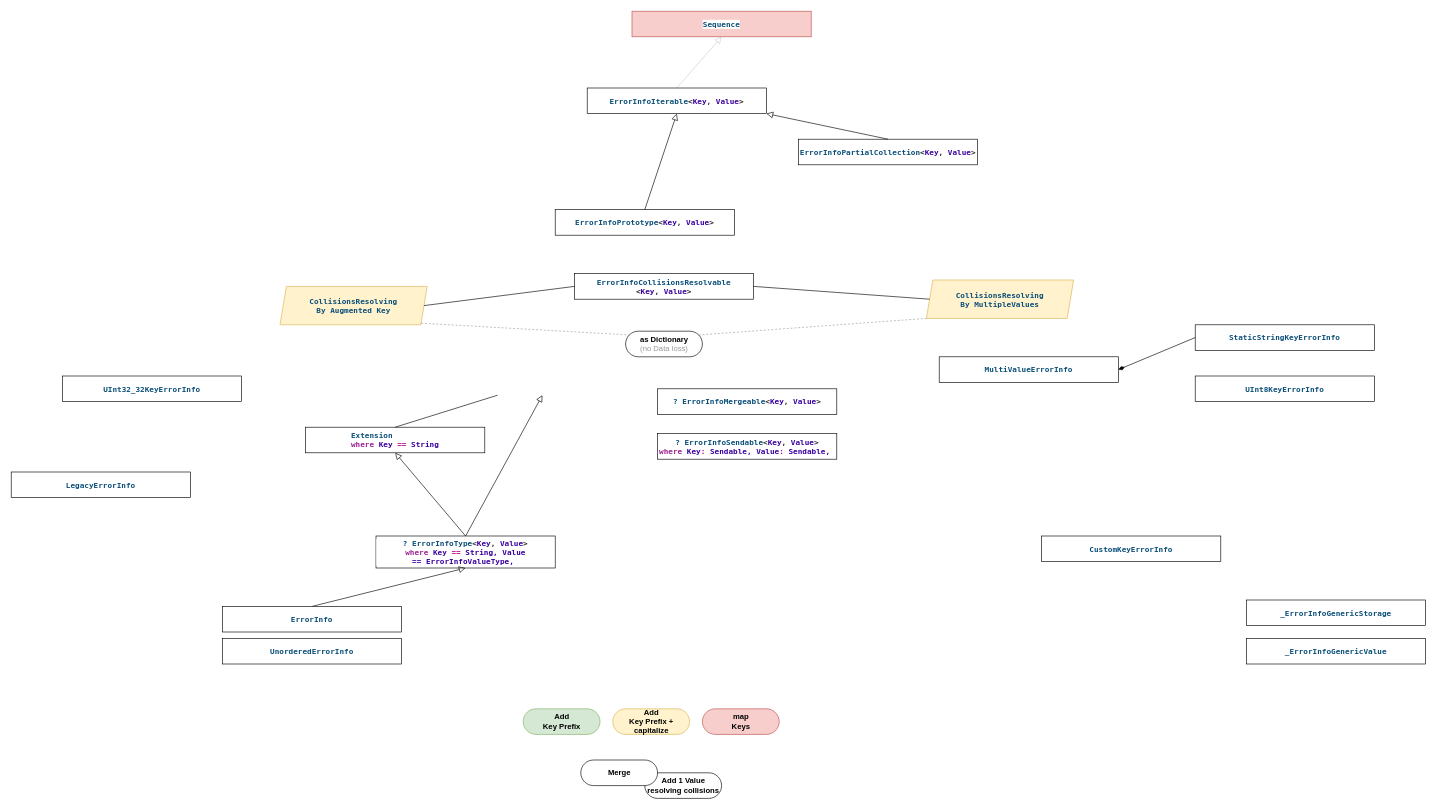
This is Sources/ErrorInfo/ErrorInfo.drawio from iDmitriyy/SwiftyKit, a draw.io file, before an edit. Source tidied: cells renumbered, new cells numbered last; positions are measured from the earlier drawing's top-left corner, leaving out a move shared by most shapes. Both pictures are drawn from the tidied source at 64%, with x=0, y=0 at pixel (11, 11).
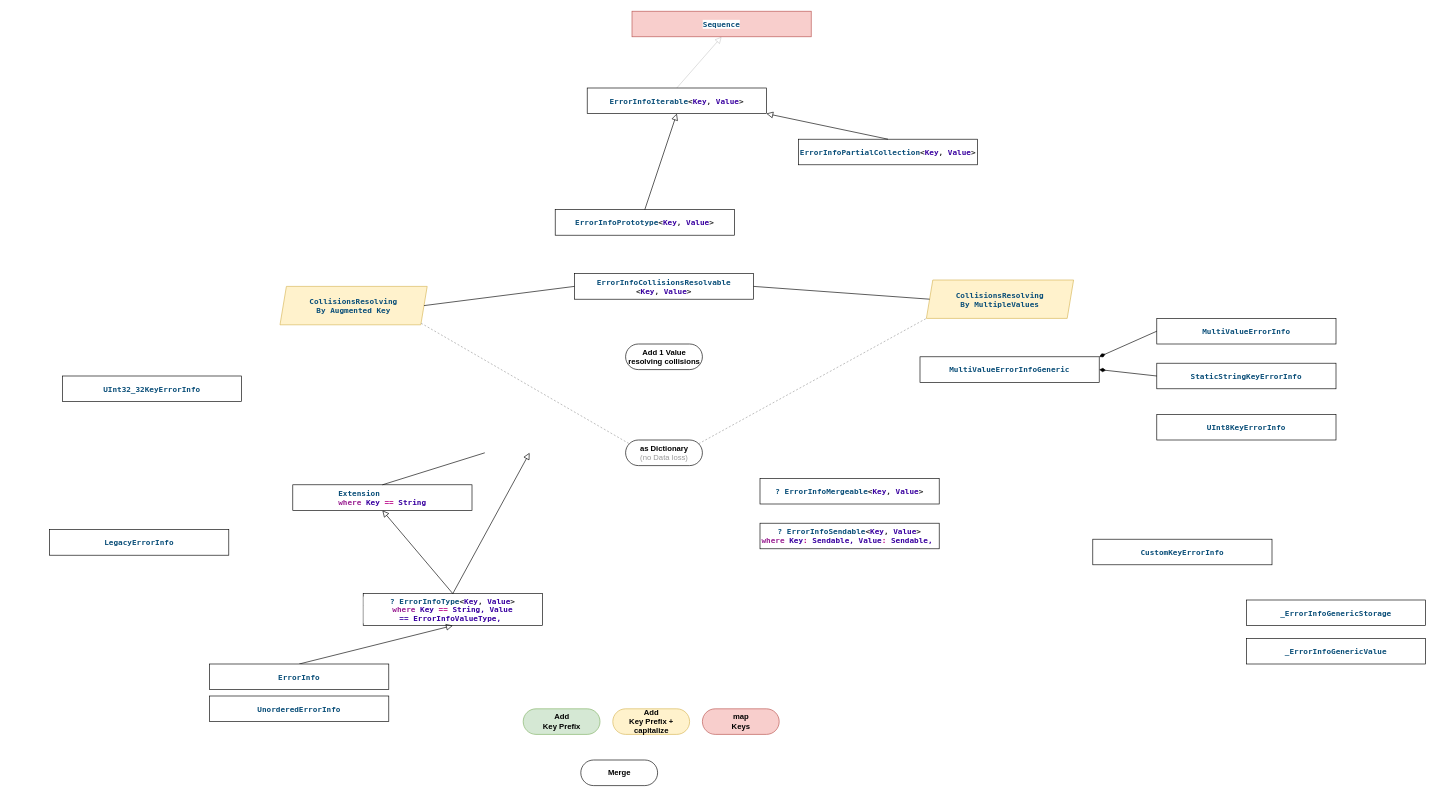
The same diagram, later.

What changed in the source:
```diff
@@
     <mxCell id="5" value="&lt;p class=&quot;p1&quot; style=&quot;margin: 0px; font-variant-numeric: normal; font-variant-east-asian: normal; font-variant-alternates: normal; font-size-adjust: none; font-kerning: auto; font-optical-sizing: auto; font-feature-settings: normal; font-variation-settings: normal; font-variant-position: normal; font-variant-emoji: normal; font-stretch: normal; line-height: normal; font-family: Menlo; color: rgb(11, 79, 121); background-color: rgb(255, 255, 255);&quot;&gt;? ErrorInfoSendable&lt;span class=&quot;s1&quot; style=&quot;color: rgba(0, 0, 0, 0.85);&quot;&gt;&amp;lt;&lt;/span&gt;&lt;span class=&quot;s2&quot; style=&quot;color: rgb(57, 0, 160);&quot;&gt;Key&lt;/span&gt;&lt;span class=&quot;s1&quot; style=&quot;color: rgba(0, 0, 0, 0.85);&quot;&gt;, &lt;/span&gt;&lt;span class=&quot;s2&quot; style=&quot;color: rgb(57, 0, 160);&quot;&gt;Value&lt;/span&gt;&lt;span class=&quot;s1&quot; style=&quot;color: rgba(0, 0, 0, 0.85);&quot;&gt;&amp;gt;&lt;/span&gt;&lt;/p&gt;&lt;p class=&quot;p1&quot; style=&quot;margin: 0px; font-variant-numeric: normal; font-variant-east-asian: normal; font-variant-alternates: normal; font-size-adjust: none; font-kerning: auto; font-optical-sizing: auto; font-feature-settings: normal; font-variation-settings: normal; font-variant-position: normal; font-variant-emoji: normal; font-stretch: normal; line-height: normal; font-family: Menlo; background-color: rgb(255, 255, 255); color: rgb(11, 79, 121);&quot;&gt;&lt;span class=&quot;s1&quot; style=&quot;color: rgba(0, 0, 0, 0.85);&quot;&gt;&lt;span style=&quot;color: rgb(155, 35, 147); text-align: start;&quot; class=&quot;s4&quot;&gt;where&lt;/span&gt;&lt;span style=&quot;color: rgba(0, 0, 0, 0.85); text-align: start;&quot; class=&quot;s1&quot;&gt;&amp;nbsp;&lt;/span&gt;&lt;span style=&quot;color: rgb(57, 0, 160); text-align: start;&quot; class=&quot;s2&quot;&gt;Key&lt;/span&gt;&lt;span style=&quot;text-align: start; color: rgba(0, 0, 0, 0.85);&quot; class=&quot;s1&quot;&gt;&lt;font color=&quot;rgba(0, 0, 0, 0.85)&quot;&gt;:&amp;nbsp;&lt;/font&gt;&lt;font color=&quot;#3900a0&quot;&gt;Sendable, Value&lt;/font&gt;&lt;/span&gt;&lt;/span&gt;&lt;span style=&quot;color: rgba(0, 0, 0, 0.85); text-align: start;&quot; class=&quot;s1&quot;&gt;&lt;font color=&quot;rgba(0, 0, 0, 0.85)&quot;&gt;:&amp;nbsp;&lt;/font&gt;&lt;font color=&quot;#3900a0&quot;&gt;Sendable,&amp;nbsp;&lt;/font&gt;&lt;/span&gt;&lt;/p&gt;" style="rounded=0;whiteSpace=wrap;html=1;fontStyle=1;align=center;" parent="1" vertex="1">
-      <mxGeometry x="1010" y="660" width="280" height="40" as="geometry" />
+      <mxGeometry x="1170" y="800" width="280" height="40" as="geometry" />
     </mxCell>
     <mxCell id="6" value="&lt;p class=&quot;p1&quot; style=&quot;margin: 0px; font-variant-numeric: normal; font-variant-east-asian: normal; font-variant-alternates: normal; font-size-adjust: none; font-kerning: auto; font-optical-sizing: auto; font-feature-settings: normal; font-variation-settings: normal; font-variant-position: normal; font-variant-emoji: normal; font-stretch: normal; line-height: normal; font-family: Menlo; color: rgb(11, 79, 121); background-color: rgb(255, 255, 255);&quot;&gt;? ErrorInfoType&lt;span class=&quot;s1&quot; style=&quot;color: rgba(0, 0, 0, 0.85);&quot;&gt;&amp;lt;&lt;/span&gt;&lt;span class=&quot;s2&quot; style=&quot;color: rgb(57, 0, 160);&quot;&gt;Key&lt;/span&gt;&lt;span class=&quot;s1&quot; style=&quot;color: rgba(0, 0, 0, 0.85);&quot;&gt;, &lt;/span&gt;&lt;span class=&quot;s2&quot; style=&quot;color: rgb(57, 0, 160);&quot;&gt;Value&lt;/span&gt;&lt;span class=&quot;s1&quot; style=&quot;color: rgba(0, 0, 0, 0.85);&quot;&gt;&amp;gt;&lt;/span&gt;&lt;/p&gt;&lt;p class=&quot;p1&quot; style=&quot;margin: 0px; font-variant-numeric: normal; font-variant-east-asian: normal; font-variant-alternates: normal; font-size-adjust: none; font-kerning: auto; font-optical-sizing: auto; font-feature-settings: normal; font-variation-settings: normal; font-variant-position: normal; font-variant-emoji: normal; font-stretch: normal; line-height: normal; font-family: Menlo; background-color: rgb(255, 255, 255); color: rgb(11, 79, 121);&quot;&gt;&lt;span class=&quot;s1&quot; style=&quot;color: rgba(0, 0, 0, 0.85);&quot;&gt;&lt;span style=&quot;color: rgb(155, 35, 147); text-align: start;&quot; class=&quot;s4&quot;&gt;where&lt;/span&gt;&lt;span style=&quot;color: rgba(0, 0, 0, 0.85); text-align: start;&quot; class=&quot;s1&quot;&gt;&amp;nbsp;&lt;/span&gt;&lt;span style=&quot;color: rgb(57, 0, 160); text-align: start;&quot; class=&quot;s2&quot;&gt;Key&lt;/span&gt;&lt;span style=&quot;text-align: start; color: rgb(57, 0, 160);&quot; class=&quot;s2&quot;&gt;&lt;font color=&quot;rgba(0, 0, 0, 0.85)&quot;&gt;&amp;nbsp;==&amp;nbsp;&lt;/font&gt;&lt;/span&gt;&lt;/span&gt;&lt;span style=&quot;color: rgb(57, 0, 160); text-align: start;&quot;&gt;String&lt;/span&gt;&lt;span style=&quot;color: rgba(0, 0, 0, 0.85);&quot; class=&quot;s1&quot;&gt;&lt;span style=&quot;color: rgba(0, 0, 0, 0.85); text-align: start;&quot; class=&quot;s1&quot;&gt;&lt;font color=&quot;#3900a0&quot;&gt;, Value ==&lt;/font&gt;&lt;/span&gt;&lt;/span&gt;&lt;span style=&quot;color: rgba(0, 0, 0, 0.85); text-align: start;&quot; class=&quot;s1&quot;&gt;&lt;font color=&quot;rgba(0, 0, 0, 0.85)&quot;&gt;&amp;nbsp;&lt;/font&gt;&lt;font color=&quot;#3900a0&quot;&gt;ErrorInfoValueType,&amp;nbsp;&lt;/font&gt;&lt;/span&gt;&lt;/p&gt;" style="rounded=0;whiteSpace=wrap;html=1;fontStyle=1;align=center;" parent="1" vertex="1">
-      <mxGeometry x="570" y="820" width="280" height="50" as="geometry" />
+      <mxGeometry x="550" y="910" width="280" height="50" as="geometry" />
     </mxCell>
@@
     <mxCell id="8" value="&lt;p class=&quot;p1&quot; style=&quot;margin: 0px; font-variant-numeric: normal; font-variant-east-asian: normal; font-variant-alternates: normal; font-size-adjust: none; font-kerning: auto; font-optical-sizing: auto; font-feature-settings: normal; font-variation-settings: normal; font-variant-position: normal; font-variant-emoji: normal; font-stretch: normal; line-height: normal; font-family: Menlo; color: rgb(11, 79, 121); background-color: rgb(255, 255, 255);&quot;&gt;? ErrorInfoMergeable&lt;span class=&quot;s1&quot; style=&quot;color: rgba(0, 0, 0, 0.85);&quot;&gt;&amp;lt;&lt;/span&gt;&lt;span class=&quot;s2&quot; style=&quot;color: rgb(57, 0, 160);&quot;&gt;Key&lt;/span&gt;&lt;span class=&quot;s1&quot; style=&quot;color: rgba(0, 0, 0, 0.85);&quot;&gt;, &lt;/span&gt;&lt;span class=&quot;s2&quot; style=&quot;color: rgb(57, 0, 160);&quot;&gt;Value&lt;/span&gt;&lt;span class=&quot;s1&quot; style=&quot;color: rgba(0, 0, 0, 0.85);&quot;&gt;&amp;gt;&lt;/span&gt;&lt;/p&gt;" style="rounded=0;whiteSpace=wrap;html=1;fontStyle=1;align=center;" parent="1" vertex="1">
-      <mxGeometry x="1010" y="590" width="280" height="40" as="geometry" />
+      <mxGeometry x="1170" y="730" width="280" height="40" as="geometry" />
     </mxCell>
@@
     <mxCell id="11" value="&lt;p class=&quot;p1&quot; style=&quot;text-align: start; margin: 0px; font-variant-numeric: normal; font-variant-east-asian: normal; font-variant-alternates: normal; font-size-adjust: none; font-kerning: auto; font-optical-sizing: auto; font-feature-settings: normal; font-variation-settings: normal; font-variant-position: normal; font-variant-emoji: normal; font-stretch: normal; line-height: normal; font-family: Menlo; color: rgb(11, 79, 121); background-color: rgb(255, 255, 255);&quot;&gt;Extension&lt;/p&gt;&lt;p class=&quot;p1&quot; style=&quot;margin: 0px; font-variant-numeric: normal; font-variant-east-asian: normal; font-variant-alternates: normal; font-size-adjust: none; font-kerning: auto; font-optical-sizing: auto; font-feature-settings: normal; font-variation-settings: normal; font-variant-position: normal; font-variant-emoji: normal; font-stretch: normal; line-height: normal; font-family: Menlo; background-color: rgb(255, 255, 255); color: rgb(11, 79, 121);&quot;&gt;&lt;span style=&quot;color: rgb(155, 35, 147); text-align: start;&quot; class=&quot;s4&quot;&gt;&lt;span&gt;where&lt;/span&gt;&lt;/span&gt;&lt;span style=&quot;color: rgba(0, 0, 0, 0.85); text-align: start;&quot; class=&quot;s1&quot;&gt; &lt;/span&gt;&lt;span style=&quot;color: rgb(57, 0, 160); text-align: start;&quot; class=&quot;s2&quot;&gt;Key&lt;/span&gt;&lt;span style=&quot;text-align: start; color: rgb(57, 0, 160);&quot; class=&quot;s2&quot;&gt;&lt;font color=&quot;#ba0085&quot;&gt;&amp;nbsp;==&amp;nbsp;&lt;/font&gt;&lt;/span&gt;&lt;span style=&quot;color: rgb(57, 0, 160); text-align: start;&quot;&gt;String&lt;/span&gt;&lt;/p&gt;" style="rounded=0;whiteSpace=wrap;html=1;fontStyle=1;align=center;" parent="1" vertex="1">
-      <mxGeometry x="460" y="650" width="280" height="40" as="geometry" />
+      <mxGeometry x="440" y="740" width="280" height="40" as="geometry" />
     </mxCell>
     <mxCell id="12" style="endArrow=block;startArrow=none;endFill=0;startFill=0;endSize=8;html=1;verticalAlign=bottom;labelBackgroundColor=none;rounded=0;entryX=0.5;entryY=1;entryDx=0;entryDy=0;exitX=0.5;exitY=0;exitDx=0;exitDy=0;" parent="1" edge="1" source="6">
       <mxGeometry relative="1" as="geometry">
-        <mxPoint x="830" y="600" as="targetPoint" />
+        <mxPoint x="810" y="690" as="targetPoint" />
       </mxGeometry>
     </mxCell>
@@
     <mxCell id="14" value="&lt;p style=&quot;margin: 0px; font-variant-numeric: normal; font-variant-east-asian: normal; font-variant-alternates: normal; font-size-adjust: none; font-kerning: auto; font-optical-sizing: auto; font-feature-settings: normal; font-variation-settings: normal; font-variant-position: normal; font-variant-emoji: normal; font-stretch: normal; line-height: normal; font-family: Menlo; color: rgb(11, 79, 121); background-color: rgb(255, 255, 255); text-align: start;&quot; class=&quot;p1&quot;&gt;StaticStringKeyErrorInfo&lt;/p&gt;" style="rounded=0;whiteSpace=wrap;html=1;fontStyle=1;align=center;" parent="1" vertex="1">
-      <mxGeometry x="1850" y="490" width="280" height="40" as="geometry" />
+      <mxGeometry x="1790" y="550" width="280" height="40" as="geometry" />
     </mxCell>
     <mxCell id="15" value="&lt;p style=&quot;margin: 0px; font-variant-numeric: normal; font-variant-east-asian: normal; font-variant-alternates: normal; font-size-adjust: none; font-kerning: auto; font-optical-sizing: auto; font-feature-settings: normal; font-variation-settings: normal; font-variant-position: normal; font-variant-emoji: normal; font-stretch: normal; line-height: normal; font-family: Menlo; color: rgb(11, 79, 121); background-color: rgb(255, 255, 255); text-align: start;&quot; class=&quot;p1&quot;&gt;UInt8KeyErrorInfo&lt;/p&gt;" style="rounded=0;whiteSpace=wrap;html=1;fontStyle=1;align=center;" parent="1" vertex="1">
-      <mxGeometry x="1850" y="570" width="280" height="40" as="geometry" />
+      <mxGeometry x="1790" y="630" width="280" height="40" as="geometry" />
     </mxCell>
-    <mxCell id="16" value="&lt;p style=&quot;margin: 0px; font-variant-numeric: normal; font-variant-east-asian: normal; font-variant-alternates: normal; font-size-adjust: none; font-kerning: auto; font-optical-sizing: auto; font-feature-settings: normal; font-variation-settings: normal; font-variant-position: normal; font-variant-emoji: normal; font-stretch: normal; line-height: normal; font-family: Menlo; color: rgb(11, 79, 121); background-color: rgb(255, 255, 255); text-align: start;&quot; class=&quot;p1&quot;&gt;MultiValueErrorInfo&lt;/p&gt;" style="rounded=0;whiteSpace=wrap;html=1;fontStyle=1;align=center;" parent="1" vertex="1">
-      <mxGeometry x="1450" y="540" width="280" height="40" as="geometry" />
+    <mxCell id="16" value="&lt;p style=&quot;margin: 0px; font-variant-numeric: normal; font-variant-east-asian: normal; font-variant-alternates: normal; font-size-adjust: none; font-kerning: auto; font-optical-sizing: auto; font-feature-settings: normal; font-variation-settings: normal; font-variant-position: normal; font-variant-emoji: normal; font-stretch: normal; line-height: normal; font-family: Menlo; color: rgb(11, 79, 121); background-color: rgb(255, 255, 255); text-align: start;&quot; class=&quot;p1&quot;&gt;MultiValueErrorInfoGeneric&lt;/p&gt;" style="rounded=0;whiteSpace=wrap;html=1;fontStyle=1;align=center;" parent="1" vertex="1">
+      <mxGeometry x="1420" y="540" width="280" height="40" as="geometry" />
     </mxCell>
     <mxCell id="17" value="&lt;p style=&quot;margin: 0px; font-variant-numeric: normal; font-variant-east-asian: normal; font-variant-alternates: normal; font-size-adjust: none; font-kerning: auto; font-optical-sizing: auto; font-feature-settings: normal; font-variation-settings: normal; font-variant-position: normal; font-variant-emoji: normal; font-stretch: normal; line-height: normal; font-family: Menlo; color: rgb(11, 79, 121); background-color: rgb(255, 255, 255); text-align: start;&quot; class=&quot;p1&quot;&gt;CustomKeyErrorInfo&lt;/p&gt;" style="rounded=0;whiteSpace=wrap;html=1;fontStyle=1;align=center;" parent="1" vertex="1">
-      <mxGeometry x="1610" y="820" width="280" height="40" as="geometry" />
+      <mxGeometry x="1690" y="825" width="280" height="40" as="geometry" />
     </mxCell>
@@
     <mxCell id="20" value="&lt;p class=&quot;p1&quot; style=&quot;margin: 0px; font-variant-numeric: normal; font-variant-east-asian: normal; font-variant-alternates: normal; font-size-adjust: none; font-kerning: auto; font-optical-sizing: auto; font-feature-settings: normal; font-variation-settings: normal; font-variant-position: normal; font-variant-emoji: normal; font-stretch: normal; line-height: normal; font-family: Menlo; color: rgb(11, 79, 121);&quot;&gt;&lt;span&gt;ErrorInfo&lt;/span&gt;&lt;/p&gt;" style="rounded=0;whiteSpace=wrap;html=1;fontStyle=1;align=center;" parent="1" vertex="1">
-      <mxGeometry x="330" y="930" width="280" height="40" as="geometry" />
+      <mxGeometry x="310" y="1020" width="280" height="40" as="geometry" />
     </mxCell>
     <mxCell id="21" value="&lt;p class=&quot;p1&quot; style=&quot;margin: 0px; font-variant-numeric: normal; font-variant-east-asian: normal; font-variant-alternates: normal; font-size-adjust: none; font-kerning: auto; font-optical-sizing: auto; font-feature-settings: normal; font-variation-settings: normal; font-variant-position: normal; font-variant-emoji: normal; font-stretch: normal; line-height: normal; font-family: Menlo; color: rgb(11, 79, 121);&quot;&gt;&lt;span&gt;UnorderedErrorInfo&lt;/span&gt;&lt;/p&gt;" style="rounded=0;whiteSpace=wrap;html=1;fontStyle=1;align=center;" parent="1" vertex="1">
-      <mxGeometry x="330" y="980" width="280" height="40" as="geometry" />
+      <mxGeometry x="310" y="1070" width="280" height="40" as="geometry" />
     </mxCell>
     <mxCell id="22" value="&lt;p class=&quot;p1&quot; style=&quot;margin: 0px; font-variant-numeric: normal; font-variant-east-asian: normal; font-variant-alternates: normal; font-size-adjust: none; font-kerning: auto; font-optical-sizing: auto; font-feature-settings: normal; font-variation-settings: normal; font-variant-position: normal; font-variant-emoji: normal; font-stretch: normal; line-height: normal; font-family: Menlo; color: rgb(11, 79, 121); background-color: rgb(255, 255, 255);&quot;&gt;LegacyErrorInfo&lt;/p&gt;" style="rounded=0;whiteSpace=wrap;html=1;fontStyle=1;align=center;" parent="1" vertex="1">
-      <mxGeometry y="720" width="280" height="40" as="geometry" />
+      <mxGeometry x="60" y="810" width="280" height="40" as="geometry" />
     </mxCell>
     <mxCell id="23" style="endArrow=none;html=1;rounded=0;entryX=0.25;entryY=1;entryDx=0;entryDy=0;exitX=0.5;exitY=0;exitDx=0;exitDy=0;" parent="1" edge="1" source="11">
       <mxGeometry relative="1" as="geometry">
-        <mxPoint x="760" y="600" as="targetPoint" />
+        <mxPoint x="740" y="690" as="targetPoint" />
       </mxGeometry>
     </mxCell>
@@
     <mxCell id="35" value="&lt;b&gt;as Dictionary&lt;/b&gt;&lt;br&gt;&lt;font style=&quot;color: rgb(153, 153, 153);&quot;&gt;(no Data loss)&lt;/font&gt;" style="html=1;dashed=0;whitespace=wrap;shape=mxgraph.dfd.start;strokeWidth=1;fillColor=default;" parent="1" vertex="1">
-      <mxGeometry x="960" y="500" width="120" height="40" as="geometry" />
+      <mxGeometry x="960" y="670" width="120" height="40" as="geometry" />
     </mxCell>
-    <mxCell id="36" style="group;" parent="1" vertex="1">
-      <mxGeometry x="890" y="1170" width="220" height="60" as="geometry" />
-    </mxCell>
-    <mxCell id="37" value="&lt;b&gt;Add 1 Value&lt;/b&gt;&lt;div&gt;&lt;b&gt;resolving collisions&lt;/b&gt;&lt;/div&gt;" style="html=1;dashed=0;whitespace=wrap;shape=mxgraph.dfd.start;strokeWidth=1;fillColor=default;" parent="36" vertex="1">
-      <mxGeometry x="100" y="20" width="120" height="40" as="geometry" />
-    </mxCell>
-    <mxCell id="38" value="&lt;b&gt;Merge&lt;/b&gt;" style="html=1;dashed=0;whitespace=wrap;shape=mxgraph.dfd.start;strokeWidth=1;fillColor=default;" parent="36" vertex="1">
-      <mxGeometry width="120" height="40" as="geometry" />
-    </mxCell>
@@
+    <mxCell id="43" value="&lt;p style=&quot;margin: 0px; font-variant-numeric: normal; font-variant-east-asian: normal; font-variant-alternates: normal; font-size-adjust: none; font-kerning: auto; font-optical-sizing: auto; font-feature-settings: normal; font-variation-settings: normal; font-variant-position: normal; font-variant-emoji: normal; font-stretch: normal; line-height: normal; font-family: Menlo; color: rgb(11, 79, 121); background-color: rgb(255, 255, 255); text-align: start;&quot; class=&quot;p1&quot;&gt;MultiValueErrorInfo&lt;/p&gt;" style="rounded=0;whiteSpace=wrap;html=1;fontStyle=1;align=center;" parent="1" vertex="1">
+      <mxGeometry x="1790" y="480" width="280" height="40" as="geometry" />
+    </mxCell>
+    <mxCell id="37" value="&lt;b&gt;Add 1 Value&lt;/b&gt;&lt;div&gt;&lt;b&gt;resolving collisions&lt;/b&gt;&lt;/div&gt;" style="html=1;dashed=0;whitespace=wrap;shape=mxgraph.dfd.start;strokeWidth=1;fillColor=default;" parent="1" vertex="1">
+      <mxGeometry x="960" y="520" width="120" height="40" as="geometry" />
+    </mxCell>
+    <mxCell id="38" value="&lt;b&gt;Merge&lt;/b&gt;" style="html=1;dashed=0;whitespace=wrap;shape=mxgraph.dfd.start;strokeWidth=1;fillColor=default;" parent="1" vertex="1">
+      <mxGeometry x="890" y="1170" width="120" height="40" as="geometry" />
+    </mxCell>
+    <mxCell id="44" style="endArrow=none;startArrow=diamondThin;endFill=0;startFill=1;html=1;verticalAlign=bottom;labelBackgroundColor=none;strokeWidth=1;startSize=8;endSize=8;rounded=0;exitX=1;exitY=0;exitDx=0;exitDy=0;entryX=0;entryY=0.5;entryDx=0;entryDy=0;" parent="1" edge="1" source="16" target="43">
+      <mxGeometry relative="1" as="geometry" />
+    </mxCell>
```
